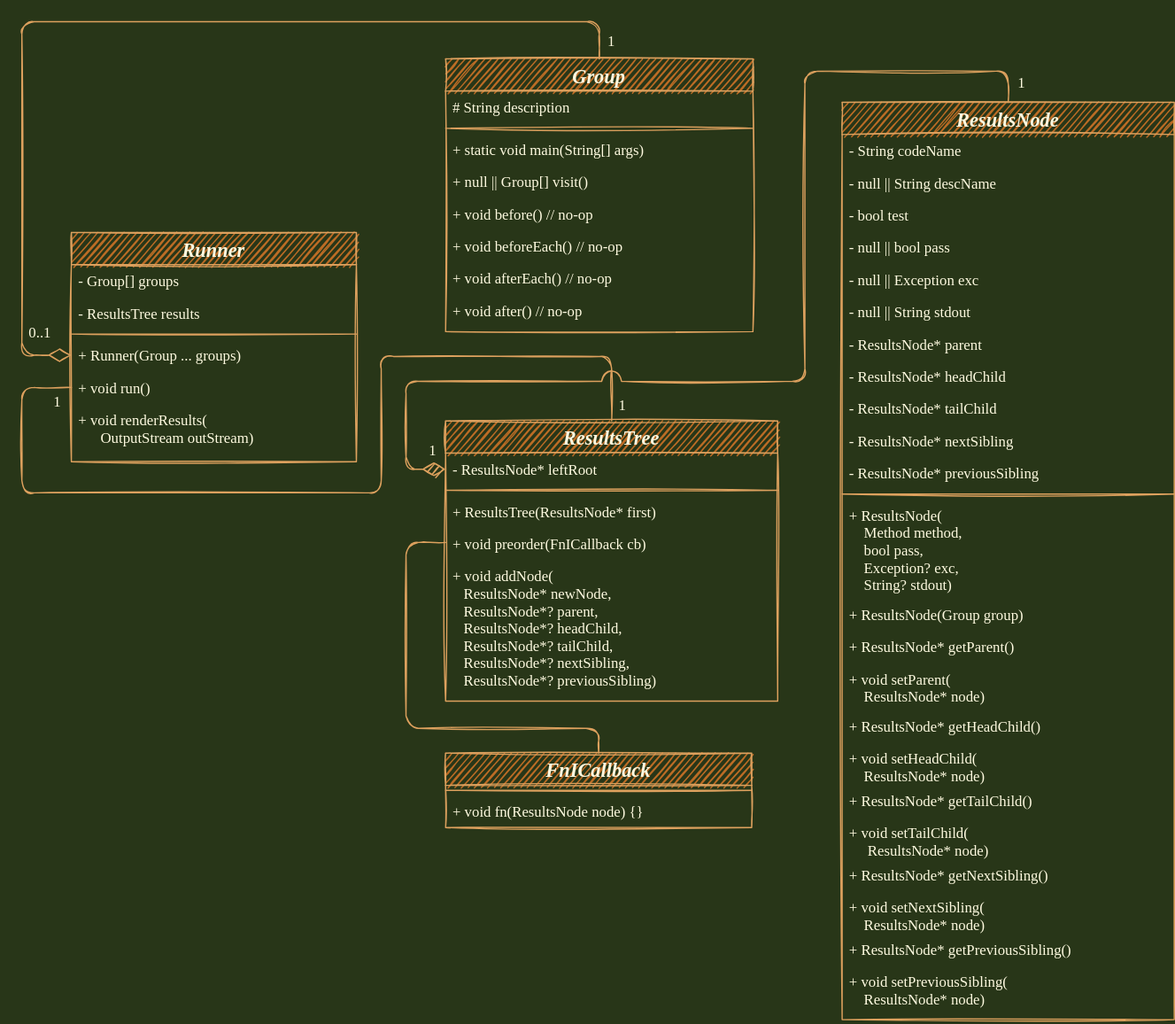
Earlier version of the draw.io export uml.drawio.svg (andrew-chang-dewitt/jspec). Source tidied: cells renumbered, new cells last; positions are measured from the earlier drawing's top-left corner, leaving out a move shared by most shapes.
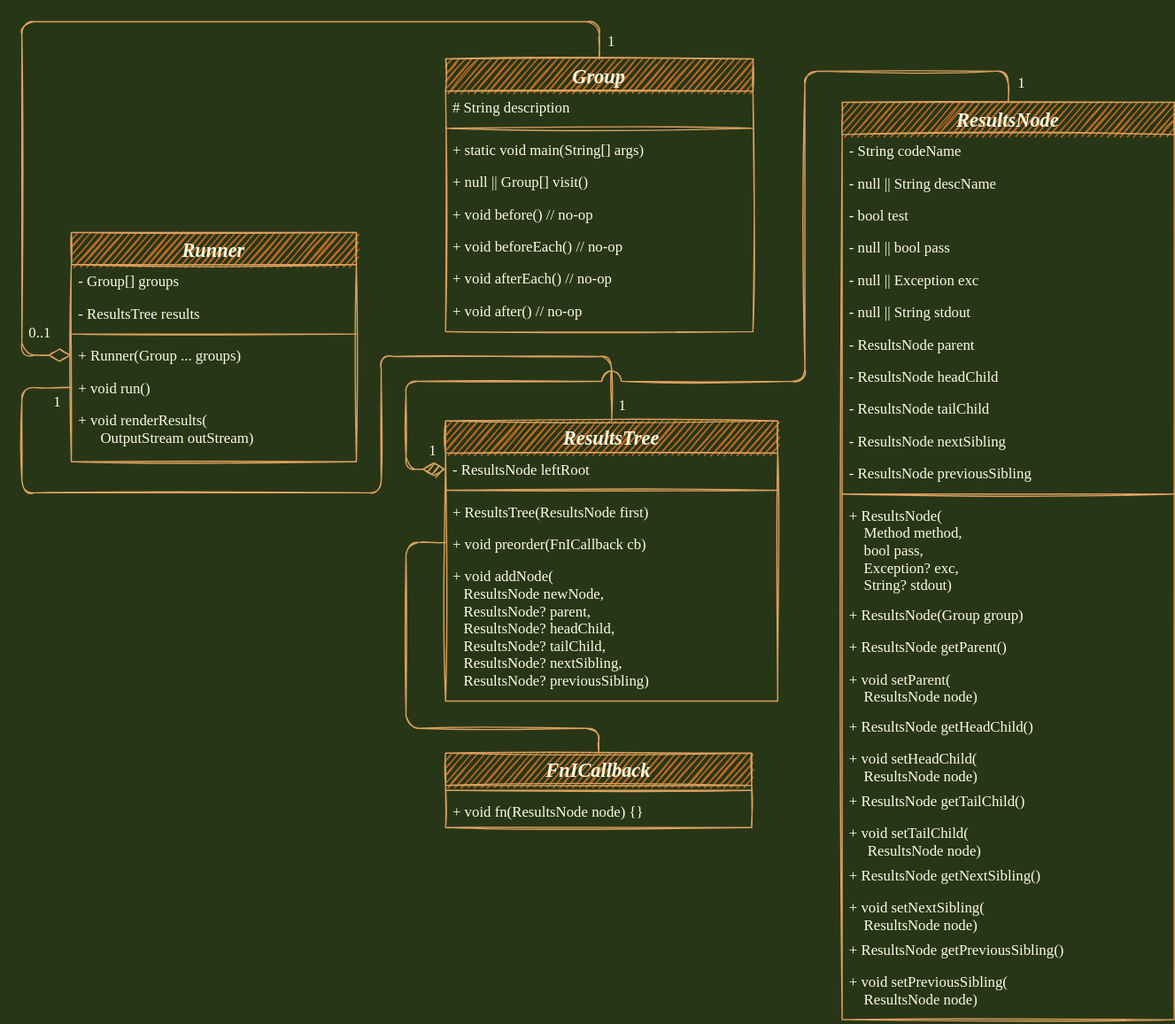
After the commit.

Commit message:
Remove unnecessary pointer type indicators.

What changed in the source:
```diff
@@ -79,19 +79,19 @@
     <mxCell id="22" value="ResultsTree" style="swimlane;fontStyle=3;align=center;verticalAlign=middle;horizontal=1;startSize=26;rounded=0;shadow=0;strokeWidth=1;fillColor=#BC6C25;strokeColor=#DDA15E;fontColor=#FEFAE0;sketch=1;fontFamily=Fira Code;fontSource=https%3A%2F%2Ffonts.googleapis.com%2Fcss%3Ffamily%3DFira%2BCode;fontSize=16;" parent="1" vertex="1">
       <mxGeometry x="342" y="322" width="268" height="226" as="geometry" />
     </mxCell>
-    <mxCell id="23" value="- ResultsNode* leftRoot" style="text;align=left;verticalAlign=top;spacingLeft=4;spacingRight=4;overflow=hidden;points=[[0,0.5],[1,0.5]];portConstraint=eastwest;rounded=0;fontColor=#FEFAE0;sketch=1;fontFamily=Fira Code;fontSource=https%3A%2F%2Ffonts.googleapis.com%2Fcss%3Ffamily%3DFira%2BCode;" parent="22" vertex="1">
+    <mxCell id="23" value="- ResultsNode leftRoot" style="text;align=left;verticalAlign=top;spacingLeft=4;spacingRight=4;overflow=hidden;points=[[0,0.5],[1,0.5]];portConstraint=eastwest;rounded=0;fontColor=#FEFAE0;sketch=1;fontFamily=Fira Code;fontSource=https%3A%2F%2Ffonts.googleapis.com%2Fcss%3Ffamily%3DFira%2BCode;" parent="22" vertex="1">
       <mxGeometry y="26" width="268" height="26" as="geometry" />
     </mxCell>
     <mxCell id="24" style="line;html=1;strokeWidth=1;align=left;verticalAlign=middle;spacingTop=-1;spacingLeft=3;spacingRight=3;labelPosition=right;rounded=0;labelBackgroundColor=#283618;fillColor=#BC6C25;strokeColor=#DDA15E;fontColor=#FEFAE0;sketch=1;fontFamily=Fira Code;fontSource=https%3A%2F%2Ffonts.googleapis.com%2Fcss%3Ffamily%3DFira%2BCode;" parent="22" vertex="1">
       <mxGeometry y="52" width="268" height="8" as="geometry" />
     </mxCell>
-    <mxCell id="25" value="+ ResultsTree(ResultsNode* first)" style="text;align=left;verticalAlign=top;spacingLeft=4;spacingRight=4;overflow=hidden;rounded=0;fontColor=#FEFAE0;sketch=1;fontFamily=Fira Code;fontSource=https%3A%2F%2Ffonts.googleapis.com%2Fcss%3Ffamily%3DFira%2BCode;" parent="22" vertex="1">
+    <mxCell id="25" value="+ ResultsTree(ResultsNode first)" style="text;align=left;verticalAlign=top;spacingLeft=4;spacingRight=4;overflow=hidden;rounded=0;fontColor=#FEFAE0;sketch=1;fontFamily=Fira Code;fontSource=https%3A%2F%2Ffonts.googleapis.com%2Fcss%3Ffamily%3DFira%2BCode;" parent="22" vertex="1">
       <mxGeometry y="60" width="268" height="26" as="geometry" />
     </mxCell>
     <mxCell id="26" value="+ void preorder(FnICallback cb)" style="text;align=left;verticalAlign=top;spacingLeft=4;spacingRight=4;overflow=hidden;points=[[0,0.5],[1,0.5]];portConstraint=eastwest;rounded=0;fontColor=#FEFAE0;sketch=1;fontFamily=Fira Code;fontSource=https%3A%2F%2Ffonts.googleapis.com%2Fcss%3Ffamily%3DFira%2BCode;" parent="22" vertex="1">
       <mxGeometry y="86" width="268" height="26" as="geometry" />
     </mxCell>
-    <mxCell id="27" value="+ void addNode(&#10;   ResultsNode* newNode,&#10;   ResultsNode*? parent,&#10;   ResultsNode*? headChild,&#10;   ResultsNode*? tailChild,&#10;   ResultsNode*? nextSibling,&#10;   ResultsNode*? previousSibling)" style="text;align=left;verticalAlign=top;spacingLeft=4;spacingRight=4;overflow=hidden;rounded=0;fontColor=#FEFAE0;sketch=1;fontFamily=Fira Code;fontSource=https%3A%2F%2Ffonts.googleapis.com%2Fcss%3Ffamily%3DFira%2BCode;" parent="22" vertex="1">
+    <mxCell id="27" value="+ void addNode(&#10;   ResultsNode newNode,&#10;   ResultsNode? parent,&#10;   ResultsNode? headChild,&#10;   ResultsNode? tailChild,&#10;   ResultsNode? nextSibling,&#10;   ResultsNode? previousSibling)" style="text;align=left;verticalAlign=top;spacingLeft=4;spacingRight=4;overflow=hidden;rounded=0;fontColor=#FEFAE0;sketch=1;fontFamily=Fira Code;fontSource=https%3A%2F%2Ffonts.googleapis.com%2Fcss%3Ffamily%3DFira%2BCode;" parent="22" vertex="1">
       <mxGeometry y="112" width="268" height="114" as="geometry" />
     </mxCell>
     <mxCell id="28" value="1" style="text;html=1;align=left;verticalAlign=middle;strokeColor=none;fillColor=none;rounded=0;fontColor=#FEFAE0;sketch=1;fontFamily=Fira Code;fontSource=https%3A%2F%2Ffonts.googleapis.com%2Fcss%3Ffamily%3DFira%2BCode;" parent="1" vertex="1">
@@ -132,19 +132,19 @@
     <mxCell id="37" value="- null || String stdout" style="text;align=left;verticalAlign=top;spacingLeft=4;spacingRight=4;overflow=hidden;rounded=0;fontColor=#FEFAE0;sketch=1;fontFamily=Fira Code;fontSource=https%3A%2F%2Ffonts.googleapis.com%2Fcss%3Ffamily%3DFira%2BCode;" parent="31" vertex="1">
       <mxGeometry y="156" width="268" height="26" as="geometry" />
     </mxCell>
-    <mxCell id="38" value="- ResultsNode* parent" style="text;align=left;verticalAlign=top;spacingLeft=4;spacingRight=4;overflow=hidden;rounded=0;fontColor=#FEFAE0;sketch=1;fontFamily=Fira Code;fontSource=https%3A%2F%2Ffonts.googleapis.com%2Fcss%3Ffamily%3DFira%2BCode;" parent="31" vertex="1">
+    <mxCell id="38" value="- ResultsNode parent" style="text;align=left;verticalAlign=top;spacingLeft=4;spacingRight=4;overflow=hidden;rounded=0;fontColor=#FEFAE0;sketch=1;fontFamily=Fira Code;fontSource=https%3A%2F%2Ffonts.googleapis.com%2Fcss%3Ffamily%3DFira%2BCode;" parent="31" vertex="1">
       <mxGeometry y="182" width="268" height="26" as="geometry" />
     </mxCell>
-    <mxCell id="39" value="- ResultsNode* headChild" style="text;align=left;verticalAlign=top;spacingLeft=4;spacingRight=4;overflow=hidden;rounded=0;fontColor=#FEFAE0;sketch=1;fontFamily=Fira Code;fontSource=https%3A%2F%2Ffonts.googleapis.com%2Fcss%3Ffamily%3DFira%2BCode;" parent="31" vertex="1">
+    <mxCell id="39" value="- ResultsNode headChild" style="text;align=left;verticalAlign=top;spacingLeft=4;spacingRight=4;overflow=hidden;rounded=0;fontColor=#FEFAE0;sketch=1;fontFamily=Fira Code;fontSource=https%3A%2F%2Ffonts.googleapis.com%2Fcss%3Ffamily%3DFira%2BCode;" parent="31" vertex="1">
       <mxGeometry y="208" width="268" height="26" as="geometry" />
     </mxCell>
-    <mxCell id="40" value="- ResultsNode* tailChild" style="text;align=left;verticalAlign=top;spacingLeft=4;spacingRight=4;overflow=hidden;rounded=0;fontColor=#FEFAE0;sketch=1;fontFamily=Fira Code;fontSource=https%3A%2F%2Ffonts.googleapis.com%2Fcss%3Ffamily%3DFira%2BCode;" parent="31" vertex="1">
+    <mxCell id="40" value="- ResultsNode tailChild" style="text;align=left;verticalAlign=top;spacingLeft=4;spacingRight=4;overflow=hidden;rounded=0;fontColor=#FEFAE0;sketch=1;fontFamily=Fira Code;fontSource=https%3A%2F%2Ffonts.googleapis.com%2Fcss%3Ffamily%3DFira%2BCode;" parent="31" vertex="1">
       <mxGeometry y="234" width="268" height="26" as="geometry" />
     </mxCell>
-    <mxCell id="41" value="- ResultsNode* nextSibling" style="text;align=left;verticalAlign=top;spacingLeft=4;spacingRight=4;overflow=hidden;rounded=0;fontColor=#FEFAE0;sketch=1;fontFamily=Fira Code;fontSource=https%3A%2F%2Ffonts.googleapis.com%2Fcss%3Ffamily%3DFira%2BCode;" parent="31" vertex="1">
+    <mxCell id="41" value="- ResultsNode nextSibling" style="text;align=left;verticalAlign=top;spacingLeft=4;spacingRight=4;overflow=hidden;rounded=0;fontColor=#FEFAE0;sketch=1;fontFamily=Fira Code;fontSource=https%3A%2F%2Ffonts.googleapis.com%2Fcss%3Ffamily%3DFira%2BCode;" parent="31" vertex="1">
       <mxGeometry y="260" width="268" height="26" as="geometry" />
     </mxCell>
-    <mxCell id="42" value="- ResultsNode* previousSibling" style="text;align=left;verticalAlign=top;spacingLeft=4;spacingRight=4;overflow=hidden;rounded=0;fontColor=#FEFAE0;sketch=1;fontFamily=Fira Code;fontSource=https%3A%2F%2Ffonts.googleapis.com%2Fcss%3Ffamily%3DFira%2BCode;" parent="31" vertex="1">
+    <mxCell id="42" value="- ResultsNode previousSibling" style="text;align=left;verticalAlign=top;spacingLeft=4;spacingRight=4;overflow=hidden;rounded=0;fontColor=#FEFAE0;sketch=1;fontFamily=Fira Code;fontSource=https%3A%2F%2Ffonts.googleapis.com%2Fcss%3Ffamily%3DFira%2BCode;" parent="31" vertex="1">
       <mxGeometry y="286" width="268" height="26" as="geometry" />
     </mxCell>
     <mxCell id="43" style="line;html=1;strokeWidth=1;align=left;verticalAlign=middle;spacingTop=-1;spacingLeft=3;spacingRight=3;labelPosition=right;rounded=0;labelBackgroundColor=#283618;fillColor=#BC6C25;strokeColor=#DDA15E;fontColor=#FEFAE0;sketch=1;fontFamily=Fira Code;fontSource=https%3A%2F%2Ffonts.googleapis.com%2Fcss%3Ffamily%3DFira%2BCode;" parent="31" vertex="1">
@@ -156,34 +156,34 @@
     <mxCell id="45" value="+ ResultsNode(Group group)" style="text;align=left;verticalAlign=top;spacingLeft=4;spacingRight=4;overflow=hidden;rounded=0;fontColor=#FEFAE0;sketch=1;fontFamily=Fira Code;fontSource=https%3A%2F%2Ffonts.googleapis.com%2Fcss%3Ffamily%3DFira%2BCode;" parent="31" vertex="1">
       <mxGeometry y="400" width="268" height="26" as="geometry" />
     </mxCell>
-    <mxCell id="46" value="+ ResultsNode* getParent()" style="text;align=left;verticalAlign=top;spacingLeft=4;spacingRight=4;overflow=hidden;rounded=0;fontColor=#FEFAE0;sketch=1;fontFamily=Fira Code;fontSource=https%3A%2F%2Ffonts.googleapis.com%2Fcss%3Ffamily%3DFira%2BCode;" parent="31" vertex="1">
+    <mxCell id="46" value="+ ResultsNode getParent()" style="text;align=left;verticalAlign=top;spacingLeft=4;spacingRight=4;overflow=hidden;rounded=0;fontColor=#FEFAE0;sketch=1;fontFamily=Fira Code;fontSource=https%3A%2F%2Ffonts.googleapis.com%2Fcss%3Ffamily%3DFira%2BCode;" parent="31" vertex="1">
       <mxGeometry y="426" width="268" height="26" as="geometry" />
     </mxCell>
-    <mxCell id="47" value="+ void setParent(&#10;    ResultsNode* node)" style="text;align=left;verticalAlign=top;spacingLeft=4;spacingRight=4;overflow=hidden;rounded=0;fontColor=#FEFAE0;sketch=1;fontFamily=Fira Code;fontSource=https%3A%2F%2Ffonts.googleapis.com%2Fcss%3Ffamily%3DFira%2BCode;" parent="31" vertex="1">
+    <mxCell id="47" value="+ void setParent(&#10;    ResultsNode node)" style="text;align=left;verticalAlign=top;spacingLeft=4;spacingRight=4;overflow=hidden;rounded=0;fontColor=#FEFAE0;sketch=1;fontFamily=Fira Code;fontSource=https%3A%2F%2Ffonts.googleapis.com%2Fcss%3Ffamily%3DFira%2BCode;" parent="31" vertex="1">
       <mxGeometry y="452" width="268" height="38" as="geometry" />
     </mxCell>
-    <mxCell id="48" value="+ ResultsNode* getHeadChild()" style="text;align=left;verticalAlign=top;spacingLeft=4;spacingRight=4;overflow=hidden;rounded=0;fontColor=#FEFAE0;sketch=1;fontFamily=Fira Code;fontSource=https%3A%2F%2Ffonts.googleapis.com%2Fcss%3Ffamily%3DFira%2BCode;" parent="31" vertex="1">
+    <mxCell id="48" value="+ ResultsNode getHeadChild()" style="text;align=left;verticalAlign=top;spacingLeft=4;spacingRight=4;overflow=hidden;rounded=0;fontColor=#FEFAE0;sketch=1;fontFamily=Fira Code;fontSource=https%3A%2F%2Ffonts.googleapis.com%2Fcss%3Ffamily%3DFira%2BCode;" parent="31" vertex="1">
       <mxGeometry y="490" width="268" height="26" as="geometry" />
     </mxCell>
-    <mxCell id="49" value="+ void setHeadChild(&#10;    ResultsNode* node)" style="text;align=left;verticalAlign=top;spacingLeft=4;spacingRight=4;overflow=hidden;rounded=0;fontColor=#FEFAE0;sketch=1;fontFamily=Fira Code;fontSource=https%3A%2F%2Ffonts.googleapis.com%2Fcss%3Ffamily%3DFira%2BCode;" parent="31" vertex="1">
+    <mxCell id="49" value="+ void setHeadChild(&#10;    ResultsNode node)" style="text;align=left;verticalAlign=top;spacingLeft=4;spacingRight=4;overflow=hidden;rounded=0;fontColor=#FEFAE0;sketch=1;fontFamily=Fira Code;fontSource=https%3A%2F%2Ffonts.googleapis.com%2Fcss%3Ffamily%3DFira%2BCode;" parent="31" vertex="1">
       <mxGeometry y="516" width="268" height="34" as="geometry" />
     </mxCell>
-    <mxCell id="50" value="+ ResultsNode* getTailChild()" style="text;align=left;verticalAlign=top;spacingLeft=4;spacingRight=4;overflow=hidden;rounded=0;fontColor=#FEFAE0;sketch=1;fontFamily=Fira Code;fontSource=https%3A%2F%2Ffonts.googleapis.com%2Fcss%3Ffamily%3DFira%2BCode;" parent="31" vertex="1">
+    <mxCell id="50" value="+ ResultsNode getTailChild()" style="text;align=left;verticalAlign=top;spacingLeft=4;spacingRight=4;overflow=hidden;rounded=0;fontColor=#FEFAE0;sketch=1;fontFamily=Fira Code;fontSource=https%3A%2F%2Ffonts.googleapis.com%2Fcss%3Ffamily%3DFira%2BCode;" parent="31" vertex="1">
       <mxGeometry y="550" width="268" height="26" as="geometry" />
     </mxCell>
-    <mxCell id="51" value="+ void setTailChild(&#10;     ResultsNode* node)" style="text;align=left;verticalAlign=top;spacingLeft=4;spacingRight=4;overflow=hidden;rounded=0;fontColor=#FEFAE0;sketch=1;fontFamily=Fira Code;fontSource=https%3A%2F%2Ffonts.googleapis.com%2Fcss%3Ffamily%3DFira%2BCode;" parent="31" vertex="1">
+    <mxCell id="51" value="+ void setTailChild(&#10;     ResultsNode node)" style="text;align=left;verticalAlign=top;spacingLeft=4;spacingRight=4;overflow=hidden;rounded=0;fontColor=#FEFAE0;sketch=1;fontFamily=Fira Code;fontSource=https%3A%2F%2Ffonts.googleapis.com%2Fcss%3Ffamily%3DFira%2BCode;" parent="31" vertex="1">
       <mxGeometry y="576" width="268" height="34" as="geometry" />
     </mxCell>
-    <mxCell id="52" value="+ ResultsNode* getNextSibling()" style="text;align=left;verticalAlign=top;spacingLeft=4;spacingRight=4;overflow=hidden;rounded=0;fontColor=#FEFAE0;sketch=1;fontFamily=Fira Code;fontSource=https%3A%2F%2Ffonts.googleapis.com%2Fcss%3Ffamily%3DFira%2BCode;" parent="31" vertex="1">
+    <mxCell id="52" value="+ ResultsNode getNextSibling()" style="text;align=left;verticalAlign=top;spacingLeft=4;spacingRight=4;overflow=hidden;rounded=0;fontColor=#FEFAE0;sketch=1;fontFamily=Fira Code;fontSource=https%3A%2F%2Ffonts.googleapis.com%2Fcss%3Ffamily%3DFira%2BCode;" parent="31" vertex="1">
       <mxGeometry y="610" width="268" height="26" as="geometry" />
     </mxCell>
-    <mxCell id="53" value="+ void setNextSibling(&#10;    ResultsNode* node)" style="text;align=left;verticalAlign=top;spacingLeft=4;spacingRight=4;overflow=hidden;rounded=0;fontColor=#FEFAE0;sketch=1;fontFamily=Fira Code;fontSource=https%3A%2F%2Ffonts.googleapis.com%2Fcss%3Ffamily%3DFira%2BCode;" parent="31" vertex="1">
+    <mxCell id="53" value="+ void setNextSibling(&#10;    ResultsNode node)" style="text;align=left;verticalAlign=top;spacingLeft=4;spacingRight=4;overflow=hidden;rounded=0;fontColor=#FEFAE0;sketch=1;fontFamily=Fira Code;fontSource=https%3A%2F%2Ffonts.googleapis.com%2Fcss%3Ffamily%3DFira%2BCode;" parent="31" vertex="1">
       <mxGeometry y="636" width="268" height="34" as="geometry" />
     </mxCell>
-    <mxCell id="54" value="+ ResultsNode* getPreviousSibling()" style="text;align=left;verticalAlign=top;spacingLeft=4;spacingRight=4;overflow=hidden;rounded=0;fontColor=#FEFAE0;sketch=1;fontFamily=Fira Code;fontSource=https%3A%2F%2Ffonts.googleapis.com%2Fcss%3Ffamily%3DFira%2BCode;" parent="31" vertex="1">
+    <mxCell id="54" value="+ ResultsNode getPreviousSibling()" style="text;align=left;verticalAlign=top;spacingLeft=4;spacingRight=4;overflow=hidden;rounded=0;fontColor=#FEFAE0;sketch=1;fontFamily=Fira Code;fontSource=https%3A%2F%2Ffonts.googleapis.com%2Fcss%3Ffamily%3DFira%2BCode;" parent="31" vertex="1">
       <mxGeometry y="670" width="268" height="26" as="geometry" />
     </mxCell>
-    <mxCell id="55" value="+ void setPreviousSibling(&#10;    ResultsNode* node)" style="text;align=left;verticalAlign=top;spacingLeft=4;spacingRight=4;overflow=hidden;rounded=0;fontColor=#FEFAE0;sketch=1;fontFamily=Fira Code;fontSource=https%3A%2F%2Ffonts.googleapis.com%2Fcss%3Ffamily%3DFira%2BCode;" parent="31" vertex="1">
+    <mxCell id="55" value="+ void setPreviousSibling(&#10;    ResultsNode node)" style="text;align=left;verticalAlign=top;spacingLeft=4;spacingRight=4;overflow=hidden;rounded=0;fontColor=#FEFAE0;sketch=1;fontFamily=Fira Code;fontSource=https%3A%2F%2Ffonts.googleapis.com%2Fcss%3Ffamily%3DFira%2BCode;" parent="31" vertex="1">
       <mxGeometry y="696" width="268" height="44" as="geometry" />
     </mxCell>
     <mxCell id="56" value="1" style="text;html=1;align=left;verticalAlign=middle;strokeColor=none;fillColor=none;rounded=0;fontColor=#FEFAE0;sketch=1;fontFamily=Fira Code;fontSource=https%3A%2F%2Ffonts.googleapis.com%2Fcss%3Ffamily%3DFira%2BCode;" parent="1" vertex="1">
```
